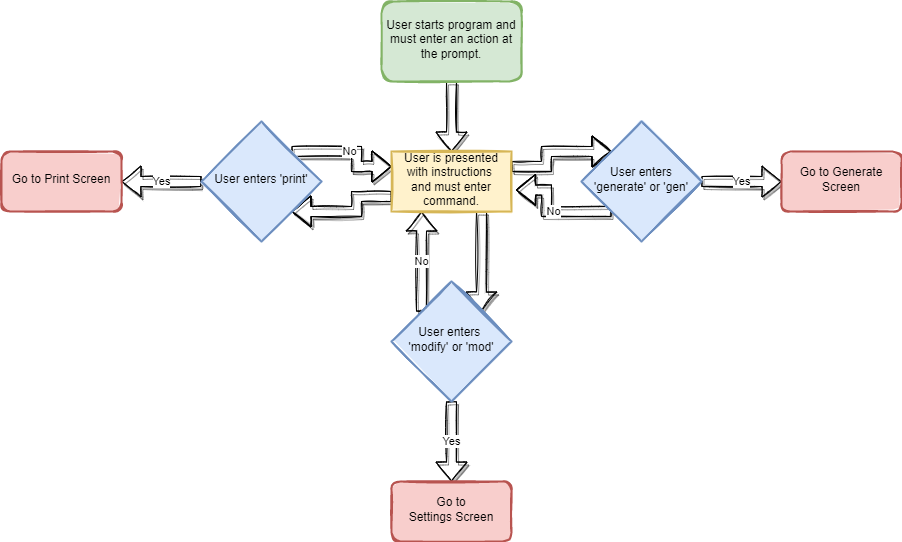
Before: Design/StartScreenFlow.png, a diagram exported from draw.io (zkturman/LanguageCrawler). Source tidied: cells renumbered, new cells last; positions are measured from the earlier drawing's top-left corner, leaving out a move shared by most shapes.
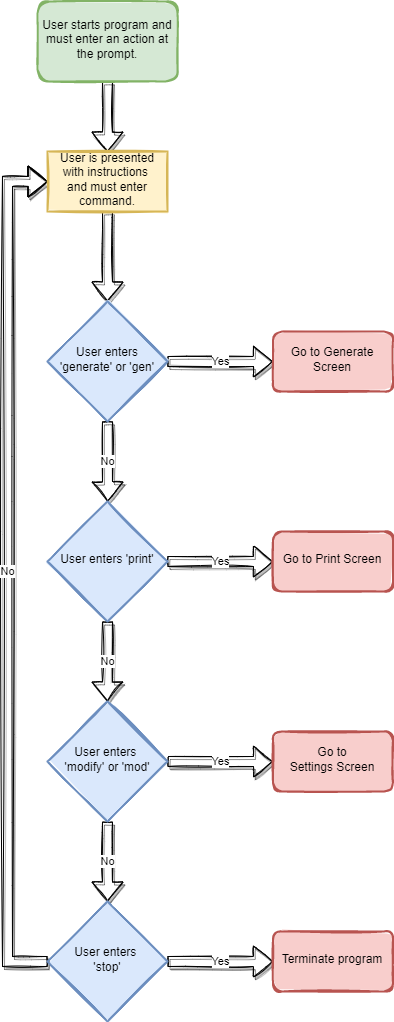
After the commit.

The edit, as a diff of the source:
```diff
@@ -2,59 +2,70 @@
   <root>
     <mxCell id="0" />
     <mxCell id="1" parent="0" />
-    <mxCell id="2" style="edgeStyle=orthogonalEdgeStyle;rounded=0;jettySize=auto;html=1;exitX=0;exitY=0.75;exitDx=0;exitDy=0;entryX=1;entryY=1;entryDx=0;entryDy=0;sketch=1;strokeWidth=1;shadow=1;fillColor=default;shape=flexArrow;" parent="1" edge="1" source="19" target="11">
-      <mxGeometry relative="1" as="geometry" />
-    </mxCell>
-    <mxCell id="3" style="edgeStyle=orthogonalEdgeStyle;rounded=0;jettySize=auto;html=1;exitX=0.75;exitY=1;exitDx=0;exitDy=0;entryX=1;entryY=0;entryDx=0;entryDy=0;sketch=1;strokeWidth=1;shadow=1;fillColor=default;shape=flexArrow;" parent="1" edge="1" source="19" target="15">
+    <mxCell id="3" value="No" style="edgeStyle=orthogonalEdgeStyle;rounded=0;jettySize=auto;html=1;entryX=0.5;entryY=0;entryDx=0;entryDy=0;sketch=1;strokeWidth=1;shadow=1;fillColor=default;shape=flexArrow;exitX=0.5;exitY=1;exitDx=0;exitDy=0;" parent="1" edge="1" source="11" target="15">
       <mxGeometry relative="1" as="geometry" />
     </mxCell>
-    <mxCell id="4" style="edgeStyle=orthogonalEdgeStyle;rounded=0;jettySize=auto;html=1;exitX=1;exitY=0.25;exitDx=0;exitDy=0;entryX=0;entryY=0;entryDx=0;entryDy=0;sketch=1;strokeWidth=1;shadow=1;fillColor=default;shape=flexArrow;" parent="1" edge="1" source="19" target="7">
+    <mxCell id="4" style="edgeStyle=orthogonalEdgeStyle;rounded=0;jettySize=auto;html=1;exitX=0.5;exitY=1;exitDx=0;exitDy=0;entryX=0.5;entryY=0;entryDx=0;entryDy=0;sketch=1;strokeWidth=1;shadow=1;fillColor=default;shape=flexArrow;" parent="1" edge="1" source="19" target="7">
       <mxGeometry relative="1" as="geometry" />
     </mxCell>
     <mxCell id="5" value="Yes" style="edgeStyle=orthogonalEdgeStyle;rounded=0;jettySize=auto;html=1;exitX=1;exitY=0.5;exitDx=0;exitDy=0;entryX=0;entryY=0.5;entryDx=0;entryDy=0;sketch=1;strokeWidth=1;shadow=1;fillColor=default;shape=flexArrow;" parent="1" edge="1" source="7" target="8">
       <mxGeometry relative="1" as="geometry" />
     </mxCell>
-    <mxCell id="6" value="No" style="edgeStyle=orthogonalEdgeStyle;rounded=0;jettySize=auto;html=1;exitX=0;exitY=1;exitDx=0;exitDy=0;entryX=1.038;entryY=0.642;entryDx=0;entryDy=0;entryPerimeter=0;sketch=1;strokeWidth=1;shadow=1;fillColor=default;shape=flexArrow;" parent="1" edge="1" source="7" target="19">
+    <mxCell id="6" value="No" style="edgeStyle=orthogonalEdgeStyle;rounded=0;jettySize=auto;html=1;exitX=0.5;exitY=1;exitDx=0;exitDy=0;entryX=0.5;entryY=0;entryDx=0;entryDy=0;sketch=1;strokeWidth=1;shadow=1;fillColor=default;shape=flexArrow;" parent="1" edge="1" source="7" target="11">
       <mxGeometry relative="1" as="geometry" />
     </mxCell>
     <mxCell id="7" value="User enters 'generate' or 'gen'" style="rhombus;whiteSpace=wrap;html=1;shadow=0;fontFamily=Helvetica;fontSize=12;align=center;strokeWidth=2;spacing=6;spacingTop=-4;fillColor=#dae8fc;strokeColor=#6c8ebf;sketch=1;fillStyle=solid;" parent="1" vertex="1">
-      <mxGeometry x="580" y="120" width="120" height="120" as="geometry" />
+      <mxGeometry x="60" y="300" width="120" height="120" as="geometry" />
     </mxCell>
     <mxCell id="8" value="Go to Generate Screen" style="rounded=1;whiteSpace=wrap;html=1;fontSize=12;glass=0;strokeWidth=2;shadow=0;fillColor=#f8cecc;strokeColor=#b85450;spacing=6;spacingTop=-4;sketch=1;fillStyle=solid;" parent="1" vertex="1">
-      <mxGeometry x="780" y="150" width="120" height="60" as="geometry" />
+      <mxGeometry x="285.4" y="330" width="120" height="60" as="geometry" />
     </mxCell>
-    <mxCell id="9" value="Yes" style="edgeStyle=orthogonalEdgeStyle;rounded=0;jettySize=auto;html=1;exitX=0;exitY=0.5;exitDx=0;exitDy=0;entryX=1;entryY=0.5;entryDx=0;entryDy=0;sketch=1;strokeWidth=1;shadow=1;fillColor=default;shape=flexArrow;" parent="1" edge="1" source="11" target="12">
+    <mxCell id="9" value="Yes" style="edgeStyle=orthogonalEdgeStyle;rounded=0;jettySize=auto;html=1;exitX=1;exitY=0.5;exitDx=0;exitDy=0;sketch=1;strokeWidth=1;shadow=1;fillColor=default;shape=flexArrow;" parent="1" edge="1" source="11" target="12">
       <mxGeometry relative="1" as="geometry" />
     </mxCell>
-    <mxCell id="10" value="No" style="edgeStyle=orthogonalEdgeStyle;rounded=0;jettySize=auto;html=1;exitX=1;exitY=0;exitDx=0;exitDy=0;entryX=0;entryY=0.25;entryDx=0;entryDy=0;sketch=1;strokeWidth=1;jumpStyle=none;shadow=1;strokeColor=default;shape=flexArrow;fillColor=default;" parent="1" edge="1" source="11" target="19">
-      <mxGeometry relative="1" as="geometry" />
-    </mxCell>
     <mxCell id="11" value="User enters 'print'" style="rhombus;whiteSpace=wrap;html=1;shadow=0;fontFamily=Helvetica;fontSize=12;align=center;strokeWidth=2;spacing=6;spacingTop=-4;fillColor=#dae8fc;strokeColor=#6c8ebf;sketch=1;fillStyle=solid;" parent="1" vertex="1">
-      <mxGeometry x="200" y="120" width="120" height="120" as="geometry" />
+      <mxGeometry x="60" y="500" width="120" height="120" as="geometry" />
     </mxCell>
     <mxCell id="12" value="Go to Print Screen" style="rounded=1;whiteSpace=wrap;html=1;fontSize=12;glass=0;strokeWidth=2;shadow=0;fillColor=#f8cecc;strokeColor=#b85450;spacing=6;spacingTop=-4;sketch=1;fillStyle=solid;" parent="1" vertex="1">
-      <mxGeometry y="150" width="120" height="60" as="geometry" />
+      <mxGeometry x="285.4" y="530" width="120" height="60" as="geometry" />
     </mxCell>
-    <mxCell id="13" value="No" style="edgeStyle=orthogonalEdgeStyle;rounded=0;jettySize=auto;html=1;exitX=0;exitY=0;exitDx=0;exitDy=0;entryX=0.25;entryY=1;entryDx=0;entryDy=0;sketch=1;strokeWidth=1;shadow=1;fillColor=default;shape=flexArrow;" parent="1" edge="1" source="15" target="19">
-      <mxGeometry relative="1" as="geometry" />
-    </mxCell>
-    <mxCell id="14" value="Yes" style="edgeStyle=orthogonalEdgeStyle;rounded=0;jettySize=auto;html=1;exitX=0.5;exitY=1;exitDx=0;exitDy=0;entryX=0.5;entryY=0;entryDx=0;entryDy=0;sketch=1;strokeWidth=1;shadow=1;fillColor=default;shape=flexArrow;" parent="1" edge="1" source="15" target="16">
+    <mxCell id="14" value="Yes" style="edgeStyle=orthogonalEdgeStyle;rounded=0;jettySize=auto;html=1;exitX=1;exitY=0.5;exitDx=0;exitDy=0;sketch=1;strokeWidth=1;shadow=1;fillColor=default;shape=flexArrow;" parent="1" edge="1" source="15" target="16">
       <mxGeometry relative="1" as="geometry" />
     </mxCell>
+    <mxCell id="20" value="No" style="edgeStyle=orthogonalEdgeStyle;shape=flexArrow;rounded=0;sketch=1;jettySize=auto;html=1;exitX=0;exitY=0.5;exitDx=0;exitDy=0;entryX=0;entryY=0.5;entryDx=0;entryDy=0;shadow=1;labelBackgroundColor=default;fontFamily=Helvetica;fontSize=11;fontColor=default;endArrow=classic;strokeColor=default;strokeWidth=1;fillColor=default;" parent="1" edge="1" source="23" target="19">
+      <mxGeometry relative="1" as="geometry">
+        <Array as="points">
+          <mxPoint x="20" y="960" />
+          <mxPoint x="20" y="180" />
+        </Array>
+      </mxGeometry>
+    </mxCell>
+    <mxCell id="21" value="No" style="edgeStyle=orthogonalEdgeStyle;shape=flexArrow;rounded=0;sketch=1;jettySize=auto;html=1;exitX=0.5;exitY=1;exitDx=0;exitDy=0;entryX=0.5;entryY=0;entryDx=0;entryDy=0;shadow=1;labelBackgroundColor=default;fontFamily=Helvetica;fontSize=11;fontColor=default;endArrow=classic;strokeColor=default;strokeWidth=1;fillColor=default;" parent="1" edge="1" source="15" target="23">
+      <mxGeometry relative="1" as="geometry" />
+    </mxCell>
     <mxCell id="15" value="User enters &lt;br&gt;'modify' or 'mod'" style="rhombus;whiteSpace=wrap;html=1;shadow=0;fontFamily=Helvetica;fontSize=12;align=center;strokeWidth=2;spacing=6;spacingTop=-4;fillColor=#dae8fc;strokeColor=#6c8ebf;sketch=1;fillStyle=solid;" parent="1" vertex="1">
-      <mxGeometry x="390" y="280" width="120" height="120" as="geometry" />
+      <mxGeometry x="60" y="700" width="120" height="120" as="geometry" />
     </mxCell>
     <mxCell id="16" value="Go to Settings&amp;nbsp;Screen" style="rounded=1;whiteSpace=wrap;html=1;fontSize=12;glass=0;strokeWidth=2;shadow=0;fillColor=#f8cecc;strokeColor=#b85450;spacing=6;spacingTop=-4;sketch=1;fillStyle=solid;" parent="1" vertex="1">
-      <mxGeometry x="390" y="480" width="120" height="60" as="geometry" />
+      <mxGeometry x="285.4" y="730" width="120" height="60" as="geometry" />
     </mxCell>
     <mxCell id="17" style="edgeStyle=orthogonalEdgeStyle;rounded=0;jettySize=auto;html=1;exitX=0.5;exitY=1;exitDx=0;exitDy=0;entryX=0.5;entryY=0;entryDx=0;entryDy=0;sketch=1;strokeWidth=1;shadow=1;fillColor=default;shape=flexArrow;" parent="1" edge="1" source="18" target="19">
       <mxGeometry relative="1" as="geometry" />
     </mxCell>
     <mxCell id="18" value="User starts program and must enter an action at the prompt." style="rounded=1;whiteSpace=wrap;html=1;fontSize=12;glass=0;strokeWidth=2;shadow=0;fillColor=#d5e8d4;strokeColor=#82b366;spacing=6;spacingTop=-4;sketch=1;fillStyle=solid;" parent="1" vertex="1">
-      <mxGeometry x="380" width="140" height="80" as="geometry" />
+      <mxGeometry x="50" width="140" height="80" as="geometry" />
     </mxCell>
     <mxCell id="19" value="User is presented with instructions &lt;br&gt;and must enter command." style="rounded=0;whiteSpace=wrap;html=1;fillColor=#fff2cc;strokeColor=#d6b656;shadow=0;strokeWidth=2;spacing=6;spacingTop=-4;sketch=1;fillStyle=solid;" parent="1" vertex="1">
-      <mxGeometry x="390" y="150" width="120" height="60" as="geometry" />
+      <mxGeometry x="60" y="150" width="120" height="60" as="geometry" />
     </mxCell>
+    <mxCell id="22" value="Yes" style="edgeStyle=orthogonalEdgeStyle;rounded=0;jettySize=auto;html=1;exitX=1;exitY=0.5;exitDx=0;exitDy=0;sketch=1;strokeWidth=1;shadow=1;fillColor=default;shape=flexArrow;" parent="1" edge="1" source="23" target="24">
+      <mxGeometry relative="1" as="geometry" />
+    </mxCell>
+    <mxCell id="23" value="User enters &lt;br&gt;'stop'" style="rhombus;whiteSpace=wrap;html=1;shadow=0;fontFamily=Helvetica;fontSize=12;align=center;strokeWidth=2;spacing=6;spacingTop=-4;fillColor=#dae8fc;strokeColor=#6c8ebf;sketch=1;fillStyle=solid;" parent="1" vertex="1">
+      <mxGeometry x="60" y="900" width="120" height="120" as="geometry" />
+    </mxCell>
+    <mxCell id="24" value="Terminate program" style="rounded=1;whiteSpace=wrap;html=1;fontSize=12;glass=0;strokeWidth=2;shadow=0;fillColor=#f8cecc;strokeColor=#b85450;spacing=6;spacingTop=-4;sketch=1;fillStyle=solid;" parent="1" vertex="1">
+      <mxGeometry x="285.4" y="930" width="120" height="60" as="geometry" />
+    </mxCell>
   </root>
 </mxGraphModel>
```
